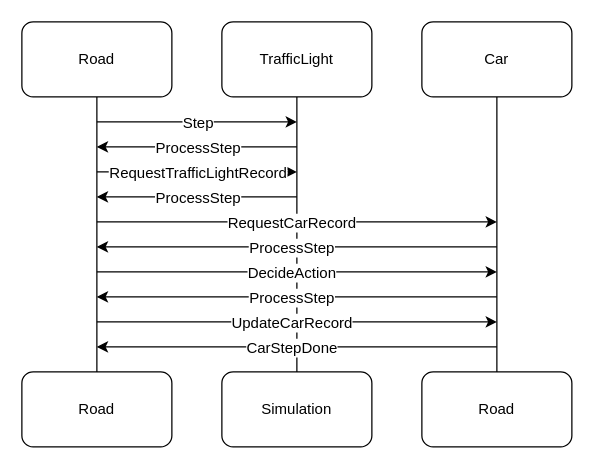
zucchero-sintattico/PCD-ASS03-23-24 keeps this draw.io diagram as page "SeqDiagram2" (4 of 8) of pt1/docs/PCD_ASS03_P1.drawio. Above is the earlier version. Source tidied: cells renumbered, new cells numbered last; positions are measured from the earlier drawing's top-left corner, leaving out a move shared by most shapes. Both pictures are drawn from the tidied source at 125%, with x=0, y=0 at pixel (21, 21).
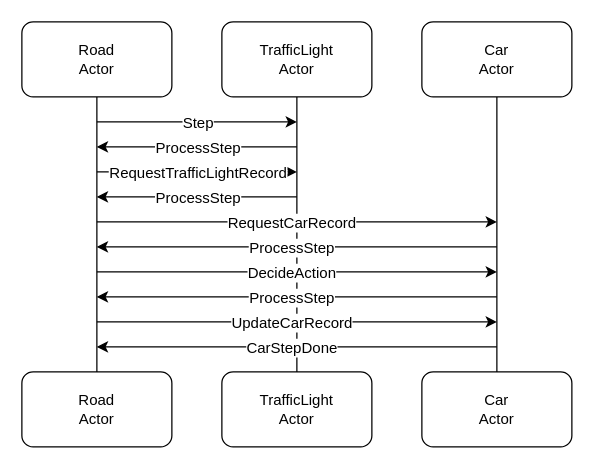
After the change.

What changed in the source:
```diff
@@
-    <mxCell id="3" value="Road" style="rounded=1;whiteSpace=wrap;html=1;" parent="1" vertex="1">
+    <mxCell id="3" value="Road&lt;div&gt;Actor&lt;/div&gt;" style="rounded=1;whiteSpace=wrap;html=1;" parent="1" vertex="1">
       <mxGeometry width="120" height="60" as="geometry" />
     </mxCell>
@@
-    <mxCell id="5" value="TrafficLight" style="rounded=1;whiteSpace=wrap;html=1;" parent="1" vertex="1">
+    <mxCell id="5" value="TrafficLight&lt;div&gt;Actor&lt;/div&gt;" style="rounded=1;whiteSpace=wrap;html=1;" parent="1" vertex="1">
       <mxGeometry x="160" width="120" height="60" as="geometry" />
     </mxCell>
@@
-    <mxCell id="7" value="Car" style="rounded=1;whiteSpace=wrap;html=1;" parent="1" vertex="1">
+    <mxCell id="7" value="Car&lt;div&gt;Actor&lt;/div&gt;" style="rounded=1;whiteSpace=wrap;html=1;" parent="1" vertex="1">
       <mxGeometry x="320" width="120" height="60" as="geometry" />
     </mxCell>
-    <mxCell id="8" value="Road" style="rounded=1;whiteSpace=wrap;html=1;" parent="1" vertex="1">
+    <mxCell id="8" value="Road&lt;div&gt;Actor&lt;/div&gt;" style="rounded=1;whiteSpace=wrap;html=1;" parent="1" vertex="1">
       <mxGeometry y="280" width="120" height="60" as="geometry" />
     </mxCell>
-    <mxCell id="9" value="Simulation" style="rounded=1;whiteSpace=wrap;html=1;" parent="1" vertex="1">
+    <mxCell id="9" value="&lt;div&gt;TrafficLight&lt;/div&gt;&lt;div&gt;Actor&lt;/div&gt;" style="rounded=1;whiteSpace=wrap;html=1;" parent="1" vertex="1">
       <mxGeometry x="160" y="280" width="120" height="60" as="geometry" />
     </mxCell>
-    <mxCell id="10" value="Road" style="rounded=1;whiteSpace=wrap;html=1;" parent="1" vertex="1">
+    <mxCell id="10" value="&lt;div&gt;Car&lt;/div&gt;&lt;div&gt;Actor&lt;/div&gt;" style="rounded=1;whiteSpace=wrap;html=1;" parent="1" vertex="1">
       <mxGeometry x="320" y="280" width="120" height="60" as="geometry" />
     </mxCell>
```
